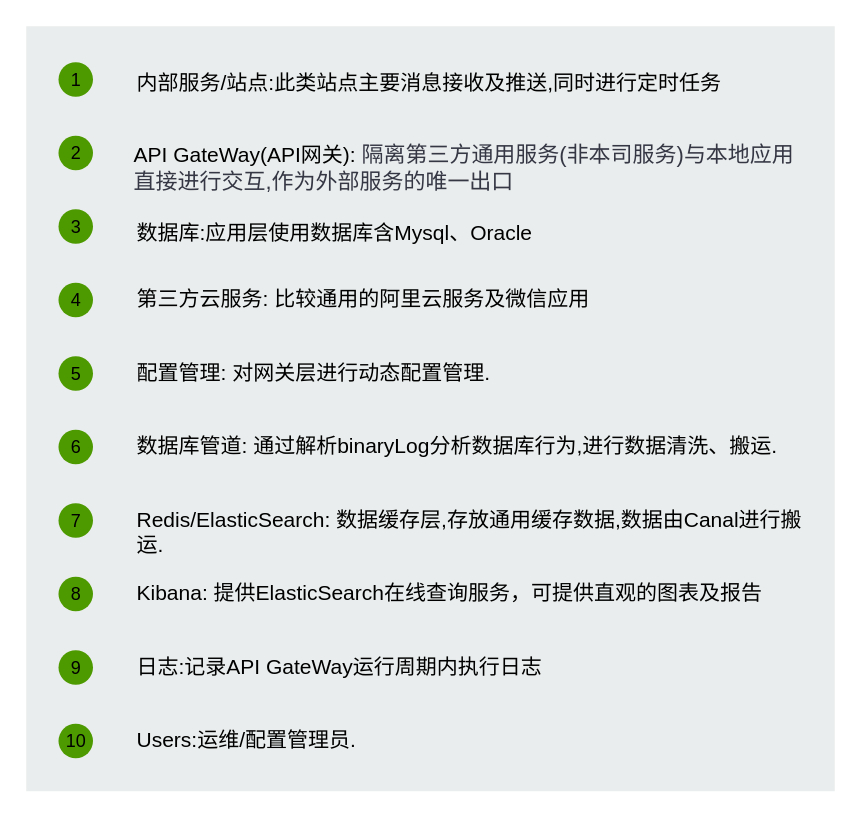
Above: Untitled Diagram9.drawio in yigoC/test (draw.io), before the change. Source tidied: cells renumbered, new cells numbered last; positions are measured from the earlier drawing's top-left corner, leaving out a move shared by most shapes. Both pictures are drawn from the tidied source at 150%, with x=0, y=0 at pixel (26, 26).
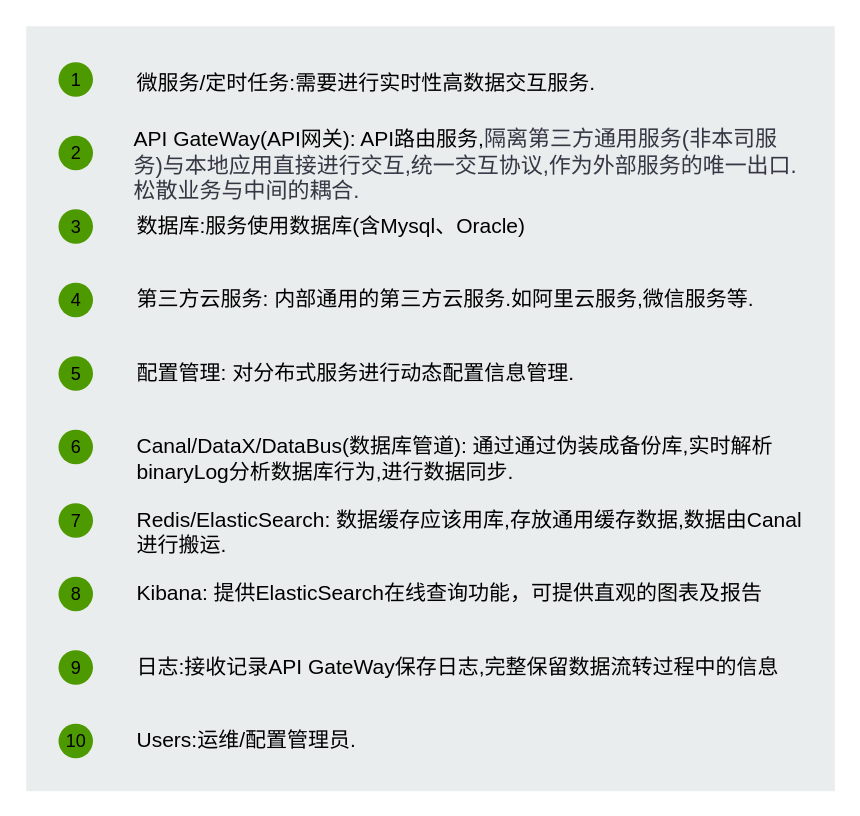
The same page after the edit.

What changed in the source:
```diff
@@
-    <mxCell id="3" value="&lt;span&gt;内部服务/站点:此类站点主要消息接收及推送,同时进行定时任务&lt;/span&gt;" style="text;html=1;align=left;verticalAlign=top;spacingTop=-4;fontSize=14;labelBackgroundColor=none;whiteSpace=wrap;" parent="1" vertex="1">
+    <mxCell id="3" value="&lt;span&gt;微服务/定时任务:需要进行实时性高数据交互服务.&lt;/span&gt;" style="text;html=1;align=left;verticalAlign=top;spacingTop=-4;fontSize=14;labelBackgroundColor=none;whiteSpace=wrap;" parent="1" vertex="1">
       <mxGeometry x="71.5" y="27.2" width="449" height="32.5" as="geometry" />
     </mxCell>
@@
-    <mxCell id="5" value="&lt;span&gt;API GateWay(API网关):&amp;nbsp;&lt;/span&gt;&lt;span id=&quot;docs-internal-guid-dd0a6776-7fff-c518-27d1-3884f40e37ec&quot;&gt;&lt;span style=&quot;font-size: 11pt ; font-family: &amp;#34;arial&amp;#34; ; color: rgb(53 , 55 , 68) ; background-color: transparent ; vertical-align: baseline&quot;&gt;隔离第三方通用服务(非本司服务)与本地应用直接进行交互,作为外部服务的唯一出口 &lt;/span&gt;&lt;/span&gt;&lt;span&gt;&lt;br&gt;&amp;nbsp;&lt;/span&gt;" style="text;html=1;align=left;verticalAlign=top;spacingTop=-4;fontSize=14;labelBackgroundColor=none;whiteSpace=wrap;" parent="1" vertex="1">
-      <mxGeometry x="70" y="74.5" width="449" height="42" as="geometry" />
+    <mxCell id="5" value="&lt;span&gt;API GateWay(API网关): API路由服务,&lt;/span&gt;&lt;span id=&quot;docs-internal-guid-dd0a6776-7fff-c518-27d1-3884f40e37ec&quot;&gt;&lt;span style=&quot;font-size: 11pt ; font-family: &amp;#34;arial&amp;#34; ; color: rgb(53 , 55 , 68) ; background-color: transparent ; vertical-align: baseline&quot;&gt;隔离第三方通用服务(非本司服务)与本地应用直接进行交互,统一交互协议,作为外部服务的唯一出口.松散业务与中间的耦合.&amp;nbsp;&lt;/span&gt;&lt;/span&gt;&lt;span&gt;&lt;br&gt;&amp;nbsp;&lt;/span&gt;" style="text;html=1;align=left;verticalAlign=top;spacingTop=-4;fontSize=14;labelBackgroundColor=none;whiteSpace=wrap;" parent="1" vertex="1">
+      <mxGeometry x="70" y="64" width="449" height="42" as="geometry" />
     </mxCell>
@@
-    <mxCell id="7" value="&lt;span&gt;数据库:应用层使用数据库含Mysql、Oracle&lt;/span&gt;" style="text;html=1;align=left;verticalAlign=top;spacingTop=-4;fontSize=14;labelBackgroundColor=none;whiteSpace=wrap;" parent="1" vertex="1">
-      <mxGeometry x="71.5" y="127" width="449" height="30" as="geometry" />
+    <mxCell id="7" value="&lt;span&gt;数据库:服务使用数据库(含Mysql、Oracle)&lt;/span&gt;" style="text;html=1;align=left;verticalAlign=top;spacingTop=-4;fontSize=14;labelBackgroundColor=none;whiteSpace=wrap;" parent="1" vertex="1">
+      <mxGeometry x="71.5" y="122" width="449" height="30" as="geometry" />
     </mxCell>
@@
-    <mxCell id="9" value="第三方云服务: 比较通用的阿里云服务及微信应用" style="text;html=1;align=left;verticalAlign=top;spacingTop=-4;fontSize=14;labelBackgroundColor=none;whiteSpace=wrap;" parent="1" vertex="1">
+    <mxCell id="9" value="第三方云服务: 内部通用的第三方云服务.如阿里云服务,微信服务等." style="text;html=1;align=left;verticalAlign=top;spacingTop=-4;fontSize=14;labelBackgroundColor=none;whiteSpace=wrap;" parent="1" vertex="1">
       <mxGeometry x="71.5" y="171" width="449" height="30" as="geometry" />
     </mxCell>
@@
-    <mxCell id="11" value="&lt;span&gt;配置管理: 对网关层进行动态配置管理.&lt;/span&gt;" style="text;html=1;align=left;verticalAlign=top;spacingTop=-4;fontSize=14;labelBackgroundColor=none;whiteSpace=wrap;" parent="1" vertex="1">
+    <mxCell id="11" value="&lt;span&gt;配置管理: 对分布式服务进行动态配置信息管理.&lt;/span&gt;" style="text;html=1;align=left;verticalAlign=top;spacingTop=-4;fontSize=14;labelBackgroundColor=none;whiteSpace=wrap;" parent="1" vertex="1">
       <mxGeometry x="71.5" y="220" width="449" height="30" as="geometry" />
     </mxCell>
@@
-    <mxCell id="13" value="&lt;span&gt;数据库管道: 通过解析binaryLog分析数据库行为,进行数据清洗、搬运.&lt;/span&gt;" style="text;html=1;align=left;verticalAlign=top;spacingTop=-4;fontSize=14;labelBackgroundColor=none;whiteSpace=wrap;" parent="1" vertex="1">
+    <mxCell id="13" value="&lt;span style=&quot;text-align: center&quot;&gt;&lt;font style=&quot;font-size: 14px&quot;&gt;Canal/DataX/DataBus&lt;/font&gt;&lt;/span&gt;&lt;span&gt;(数据库管道): 通过通过伪装成备份库,实时解析binaryLog分析数据库行为,进行数据同步.&lt;/span&gt;" style="text;html=1;align=left;verticalAlign=top;spacingTop=-4;fontSize=14;labelBackgroundColor=none;whiteSpace=wrap;" parent="1" vertex="1">
       <mxGeometry x="71.5" y="269" width="449" height="30" as="geometry" />
     </mxCell>
@@
-    <mxCell id="15" value="&lt;span&gt;Redis/ElasticSearch: 数据缓存层,存放通用缓存数据,数据由Canal进行搬运.&lt;/span&gt;" style="text;html=1;align=left;verticalAlign=top;spacingTop=-4;fontSize=14;labelBackgroundColor=none;whiteSpace=wrap;" parent="1" vertex="1">
+    <mxCell id="15" value="&lt;span&gt;Redis/ElasticSearch: 数据缓存应该用库,存放通用缓存数据,数据由Canal进行搬运.&lt;/span&gt;" style="text;html=1;align=left;verticalAlign=top;spacingTop=-4;fontSize=14;labelBackgroundColor=none;whiteSpace=wrap;" parent="1" vertex="1">
       <mxGeometry x="71.5" y="318" width="449" height="40" as="geometry" />
     </mxCell>
@@
-    <mxCell id="17" value="&lt;span&gt;Kibana: 提供ElasticSearch在线查询服务，可提供直观的图表及报告&lt;/span&gt;" style="text;html=1;align=left;verticalAlign=top;spacingTop=-4;fontSize=14;labelBackgroundColor=none;whiteSpace=wrap;" parent="1" vertex="1">
+    <mxCell id="17" value="&lt;span&gt;Kibana: 提供ElasticSearch在线查询功能，可提供直观的图表及报告&lt;/span&gt;" style="text;html=1;align=left;verticalAlign=top;spacingTop=-4;fontSize=14;labelBackgroundColor=none;whiteSpace=wrap;" parent="1" vertex="1">
       <mxGeometry x="71.5" y="367" width="449" height="30" as="geometry" />
     </mxCell>
@@
-    <mxCell id="19" value="&lt;span&gt;日志:记录API GateWay运行周期内执行日志&lt;/span&gt;" style="text;html=1;align=left;verticalAlign=top;spacingTop=-4;fontSize=14;labelBackgroundColor=none;whiteSpace=wrap;" parent="1" vertex="1">
+    <mxCell id="19" value="&lt;span&gt;日志:&lt;/span&gt;接收记录API GateWay保存日志,完整保留数据流转过程中的信息" style="text;html=1;align=left;verticalAlign=top;spacingTop=-4;fontSize=14;labelBackgroundColor=none;whiteSpace=wrap;" parent="1" vertex="1">
       <mxGeometry x="71.5" y="416" width="449" height="20" as="geometry" />
     </mxCell>
```
